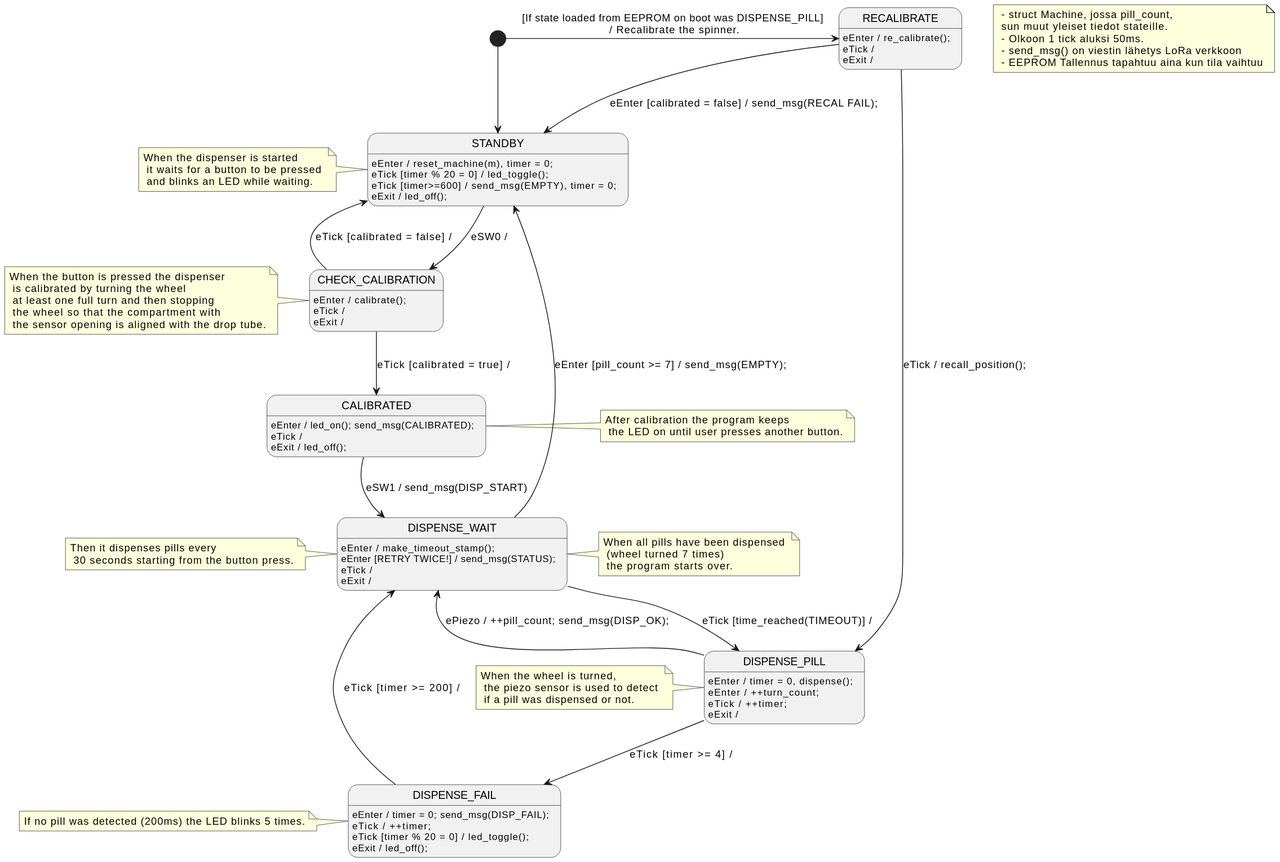
This is out/minimum_state_diagram/Minimum State Machine.svg from aleksanteril/LAAKKEET, a PlantUML export, as it was before one commit.
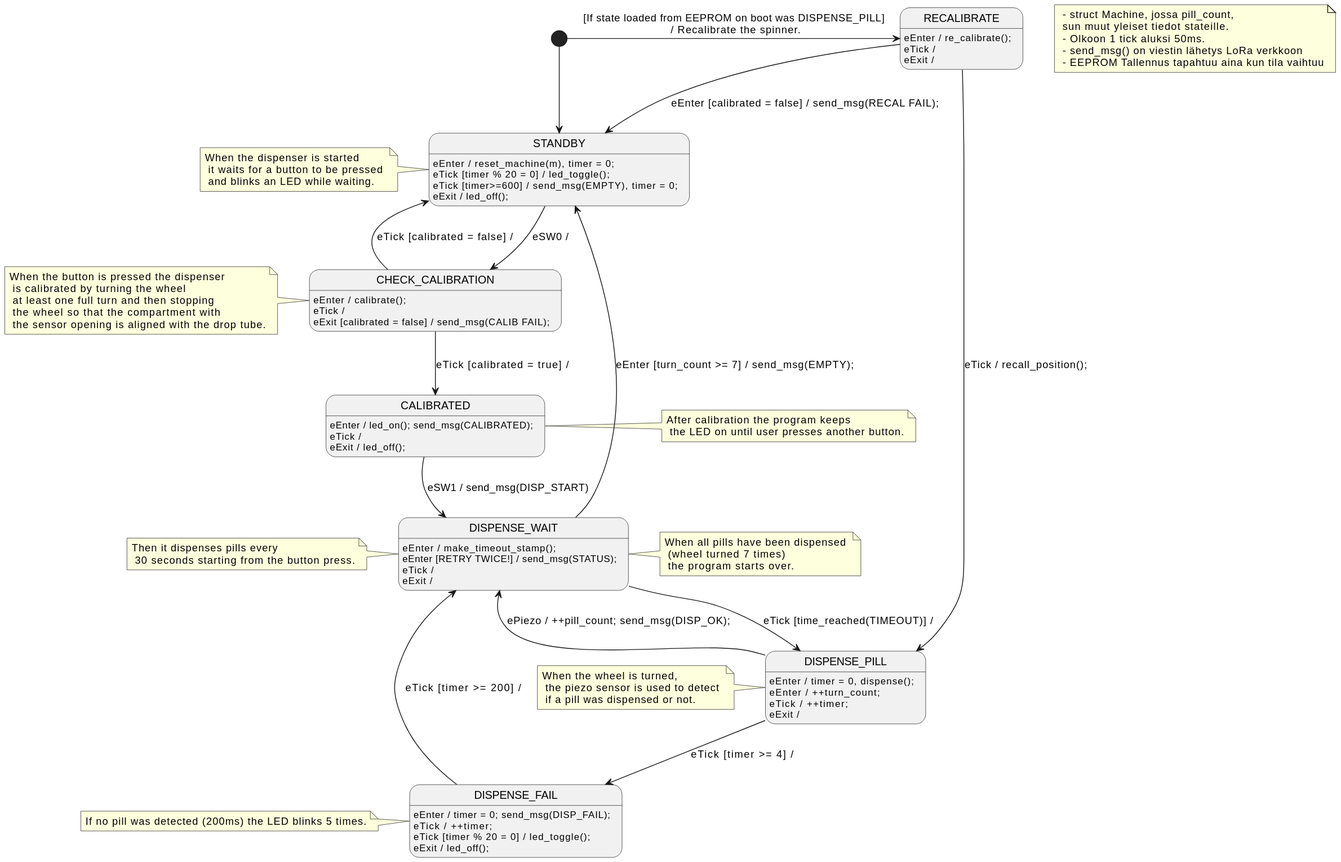
The same diagram one commit later.

Commit message:
forgot to add upd diagram

The edit, as a diff of the source:
```diff
@@ -19,7 +19,7 @@
 
 CHECK_CALIBRATION : eEnter / calibrate();
 CHECK_CALIBRATION : eTick /
-CHECK_CALIBRATION : eExit /
+CHECK_CALIBRATION : eExit [calibrated = false] / send_msg(CALIB FAIL);
 CHECK_CALIBRATION --> STANDBY : eTick [calibrated = false] /
 CHECK_CALIBRATION --> CALIBRATED : eTick [calibrated = true] /
 
@@ -37,7 +37,7 @@
 DISPENSE_WAIT : eTick /
 DISPENSE_WAIT : eExit /
 DISPENSE_WAIT --> DISPENSE_PILL : eTick [time_reached(TIMEOUT)] /
-DISPENSE_WAIT --> STANDBY : eEnter [pill_count >= 7] / send_msg(EMPTY);
+DISPENSE_WAIT --> STANDBY : eEnter [turn_count >= 7] / send_msg(EMPTY);
 
 note left of DISPENSE_WAIT : Then it dispenses pills every \n 30 seconds starting from the button press.
 note right of DISPENSE_WAIT : When all pills have been dispensed \n (wheel turned 7 times) \n the program starts over.
```
